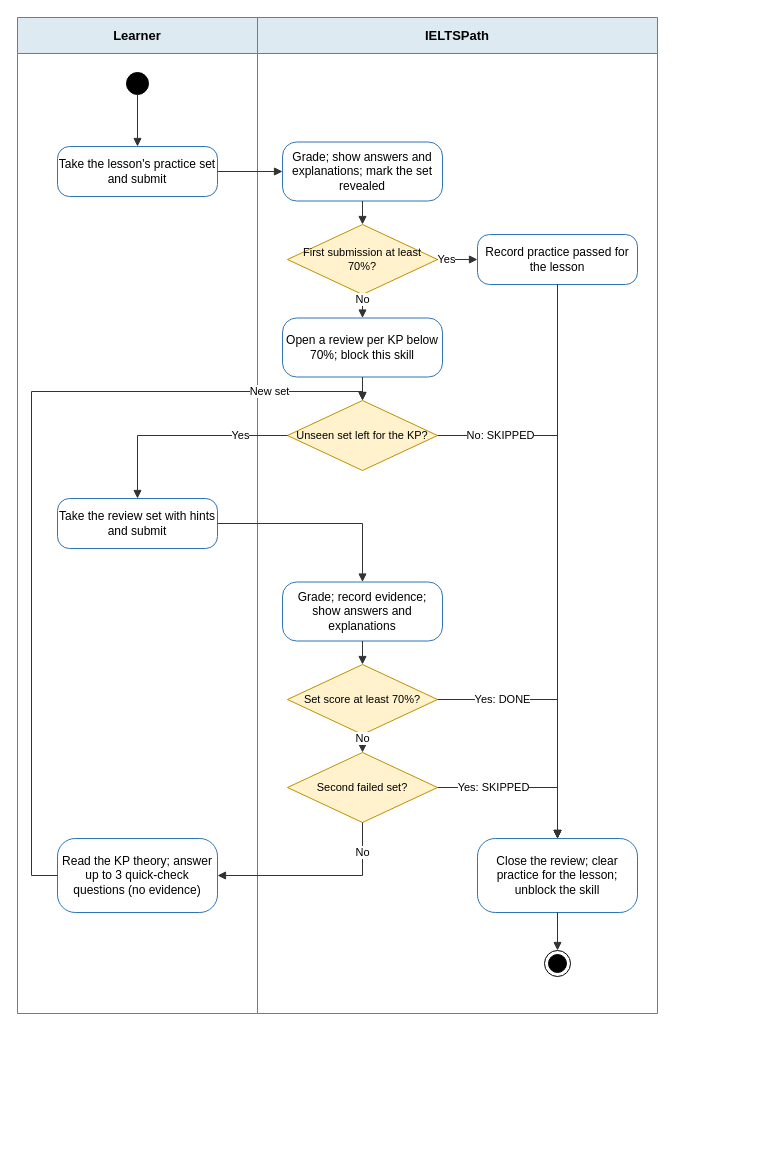
IeltsPath-Platform/backend keeps this draw.io diagram as capstone-docs/rp_3.0_system-requirements-system/diagram_script/part2-diagrams/IELTSPath_SC-03_ActivityDiagram.drawio. Above is the earlier version. Source tidied: cells renumbered, new cells numbered last; positions are measured from the earlier drawing's top-left corner, leaving out a move shared by most shapes. Both pictures are drawn from the tidied source at 100%, with x=0, y=0 at pixel (17, 17).
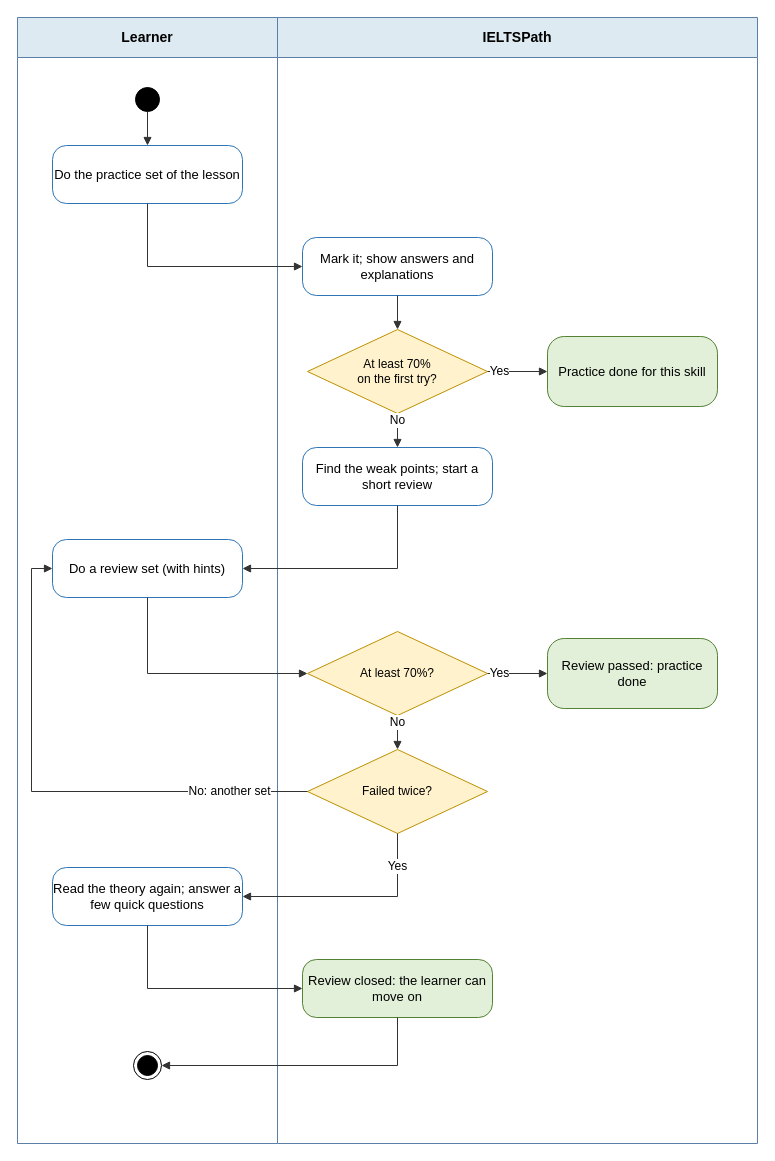
After the change.

Diff of the diagram source:
```diff
@@
-    <mxCell id="2" value="Learner" style="swimlane;startSize=36;html=1;whiteSpace=wrap;fillColor=#DEEAF1;strokeColor=#5B7FA6;fontStyle=1;fontSize=13;swimlaneFillColor=#FFFFFF;" parent="1" vertex="1">
-      <mxGeometry width="240" height="996" as="geometry" />
+    <mxCell id="2" value="Learner" style="swimlane;startSize=40;html=1;whiteSpace=wrap;fillColor=#DEEAF1;strokeColor=#5B7FA6;fontStyle=1;fontSize=14;swimlaneFillColor=#FFFFFF;" parent="1" vertex="1">
+      <mxGeometry width="260" height="1126" as="geometry" />
     </mxCell>
-    <mxCell id="3" value="IELTSPath" style="swimlane;startSize=36;html=1;whiteSpace=wrap;fillColor=#DEEAF1;strokeColor=#5B7FA6;fontStyle=1;fontSize=13;swimlaneFillColor=#FFFFFF;" parent="1" vertex="1">
-      <mxGeometry x="240" width="400" height="996" as="geometry" />
+    <mxCell id="3" value="IELTSPath" style="swimlane;startSize=40;html=1;whiteSpace=wrap;fillColor=#DEEAF1;strokeColor=#5B7FA6;fontStyle=1;fontSize=14;swimlaneFillColor=#FFFFFF;" parent="1" vertex="1">
+      <mxGeometry x="260" width="480" height="1126" as="geometry" />
     </mxCell>
-    <mxCell id="4" style="ellipse;html=1;fillColor=#000000;strokeColor=#000000;" parent="1" vertex="1">
-      <mxGeometry x="109" y="55" width="22" height="22" as="geometry" />
-    </mxCell>
+    <mxCell id="35" style="ellipse;html=1;fillColor=#000000;strokeColor=#000000;" parent="1" vertex="1">
+      <mxGeometry x="118" y="70" width="24" height="24" as="geometry" />
+    </mxCell>
-    <mxCell id="5" value="Take the lesson's practice set and submit" style="rounded=1;arcSize=24;whiteSpace=wrap;html=1;fillColor=#FFFFFF;strokeColor=#2E75B6;fontSize=12;" parent="1" vertex="1">
-      <mxGeometry x="40" y="129" width="160" height="50" as="geometry" />
+    <mxCell id="5" value="Do the practice set of the lesson" style="rounded=1;arcSize=24;whiteSpace=wrap;html=1;fillColor=#FFFFFF;strokeColor=#2E75B6;fontSize=13;" parent="1" vertex="1">
+      <mxGeometry x="35" y="128" width="190" height="58" as="geometry" />
     </mxCell>
-    <mxCell id="6" value="Grade; show answers and explanations; mark the set revealed" style="rounded=1;arcSize=24;whiteSpace=wrap;html=1;fillColor=#FFFFFF;strokeColor=#2E75B6;fontSize=12;" parent="1" vertex="1">
-      <mxGeometry x="265" y="124.5" width="160" height="59" as="geometry" />
+    <mxCell id="6" value="Mark it; show answers and explanations" style="rounded=1;arcSize=24;whiteSpace=wrap;html=1;fillColor=#FFFFFF;strokeColor=#2E75B6;fontSize=13;" parent="1" vertex="1">
+      <mxGeometry x="285" y="220" width="190" height="58" as="geometry" />
     </mxCell>
-    <mxCell id="7" value="First submission at least 70%?" style="rhombus;whiteSpace=wrap;html=1;fillColor=#FFF2CC;strokeColor=#BF9000;fontSize=11;" parent="1" vertex="1">
-      <mxGeometry x="270" y="207" width="150" height="70" as="geometry" />
-    </mxCell>
-    <mxCell id="8" value="Record practice passed for the lesson" style="rounded=1;arcSize=24;whiteSpace=wrap;html=1;fillColor=#FFFFFF;strokeColor=#2E75B6;fontSize=12;" parent="1" vertex="1">
-      <mxGeometry x="460" y="217" width="160" height="50" as="geometry" />
-    </mxCell>
+    <mxCell id="36" value="At least 70%&lt;br&gt;on the first try?" style="rhombus;whiteSpace=wrap;html=1;fillColor=#FFF2CC;strokeColor=#BF9000;fontSize=12;" parent="1" vertex="1">
+      <mxGeometry x="290" y="312" width="180" height="84" as="geometry" />
+    </mxCell>
+    <mxCell id="37" value="Practice done for this skill" style="rounded=1;arcSize=24;whiteSpace=wrap;html=1;fillColor=#E2F0D9;strokeColor=#548235;fontSize=13;" parent="1" vertex="1">
+      <mxGeometry x="530" y="319" width="170" height="70" as="geometry" />
+    </mxCell>
-    <mxCell id="9" value="Open a review per KP below 70%; block this skill" style="rounded=1;arcSize=24;whiteSpace=wrap;html=1;fillColor=#FFFFFF;strokeColor=#2E75B6;fontSize=12;" parent="1" vertex="1">
-      <mxGeometry x="265" y="300.5" width="160" height="59" as="geometry" />
+    <mxCell id="9" value="Find the weak points; start a short review" style="rounded=1;arcSize=24;whiteSpace=wrap;html=1;fillColor=#FFFFFF;strokeColor=#2E75B6;fontSize=13;" parent="1" vertex="1">
+      <mxGeometry x="285" y="430" width="190" height="58" as="geometry" />
     </mxCell>
-    <mxCell id="10" value="Unseen set left for the KP?" style="rhombus;whiteSpace=wrap;html=1;fillColor=#FFF2CC;strokeColor=#BF9000;fontSize=11;" parent="1" vertex="1">
-      <mxGeometry x="270" y="383" width="150" height="70" as="geometry" />
-    </mxCell>
-    <mxCell id="11" value="Take the review set with hints and submit" style="rounded=1;arcSize=24;whiteSpace=wrap;html=1;fillColor=#FFFFFF;strokeColor=#2E75B6;fontSize=12;" parent="1" vertex="1">
-      <mxGeometry x="40" y="481" width="160" height="50" as="geometry" />
+    <mxCell id="11" value="Do a review set (with hints)" style="rounded=1;arcSize=24;whiteSpace=wrap;html=1;fillColor=#FFFFFF;strokeColor=#2E75B6;fontSize=13;" parent="1" vertex="1">
+      <mxGeometry x="35" y="522" width="190" height="58" as="geometry" />
     </mxCell>
+    <mxCell id="38" value="At least 70%?" style="rhombus;whiteSpace=wrap;html=1;fillColor=#FFF2CC;strokeColor=#BF9000;fontSize=12;" parent="1" vertex="1">
+      <mxGeometry x="290" y="614" width="180" height="84" as="geometry" />
+    </mxCell>
+    <mxCell id="39" value="Review passed: practice done" style="rounded=1;arcSize=24;whiteSpace=wrap;html=1;fillColor=#E2F0D9;strokeColor=#548235;fontSize=13;" parent="1" vertex="1">
+      <mxGeometry x="530" y="621" width="170" height="70" as="geometry" />
+    </mxCell>
+    <mxCell id="40" value="Failed twice?" style="rhombus;whiteSpace=wrap;html=1;fillColor=#FFF2CC;strokeColor=#BF9000;fontSize=12;" parent="1" vertex="1">
+      <mxGeometry x="290" y="732" width="180" height="84" as="geometry" />
+    </mxCell>
-    <mxCell id="12" value="Grade; record evidence; show answers and explanations" style="rounded=1;arcSize=24;whiteSpace=wrap;html=1;fillColor=#FFFFFF;strokeColor=#2E75B6;fontSize=12;" parent="1" vertex="1">
-      <mxGeometry x="265" y="564.5" width="160" height="59" as="geometry" />
+    <mxCell id="12" value="Read the theory again; answer a few quick questions" style="rounded=1;arcSize=24;whiteSpace=wrap;html=1;fillColor=#FFFFFF;strokeColor=#2E75B6;fontSize=13;" parent="1" vertex="1">
+      <mxGeometry x="35" y="850" width="190" height="58" as="geometry" />
     </mxCell>
-    <mxCell id="13" value="Set score at least 70%?" style="rhombus;whiteSpace=wrap;html=1;fillColor=#FFF2CC;strokeColor=#BF9000;fontSize=11;" parent="1" vertex="1">
-      <mxGeometry x="270" y="647" width="150" height="70" as="geometry" />
-    </mxCell>
-    <mxCell id="14" value="Second failed set?" style="rhombus;whiteSpace=wrap;html=1;fillColor=#FFF2CC;strokeColor=#BF9000;fontSize=11;" parent="1" vertex="1">
-      <mxGeometry x="270" y="735" width="150" height="70" as="geometry" />
-    </mxCell>
-    <mxCell id="15" value="Read the KP theory; answer up to 3 quick-check questions (no evidence)" style="rounded=1;arcSize=24;whiteSpace=wrap;html=1;fillColor=#FFFFFF;strokeColor=#2E75B6;fontSize=12;" parent="1" vertex="1">
-      <mxGeometry x="40" y="821" width="160" height="74" as="geometry" />
+    <mxCell id="15" value="Review closed: the learner can move on" style="rounded=1;arcSize=24;whiteSpace=wrap;html=1;fillColor=#E2F0D9;strokeColor=#548235;fontSize=13;" parent="1" vertex="1">
+      <mxGeometry x="285" y="942" width="190" height="58" as="geometry" />
     </mxCell>
-    <mxCell id="16" value="Close the review; clear practice for the lesson; unblock the skill" style="rounded=1;arcSize=24;whiteSpace=wrap;html=1;fillColor=#FFFFFF;strokeColor=#2E75B6;fontSize=12;" parent="1" vertex="1">
-      <mxGeometry x="460" y="821" width="160" height="74" as="geometry" />
-    </mxCell>
     <mxCell id="17" style="ellipse;html=1;shape=endState;fillColor=#000000;strokeColor=#000000;" parent="1" vertex="1">
-      <mxGeometry x="527" y="933" width="26" height="26" as="geometry" />
+      <mxGeometry x="116" y="1034" width="28" height="28" as="geometry" />
     </mxCell>
-    <mxCell id="18" style="edgeStyle=none;rounded=0;html=1;endArrow=block;endFill=1;strokeColor=#333333;fontSize=11;labelBackgroundColor=#FFFFFF;exitX=0.500;exitY=1.000;exitDx=0;exitDy=0;entryX=0.500;entryY=0.000;entryDx=0;entryDy=0;" parent="1" edge="1" source="4" target="5">
-      <mxGeometry relative="1" as="geometry" />
-    </mxCell>
+    <mxCell id="41" style="edgeStyle=none;rounded=0;html=1;endArrow=block;endFill=1;strokeColor=#333333;fontSize=12;labelBackgroundColor=#FFFFFF;" parent="1" edge="1" source="35" target="5">
+      <mxGeometry relative="1" as="geometry" />
+    </mxCell>
-    <mxCell id="19" style="edgeStyle=none;rounded=0;html=1;endArrow=block;endFill=1;strokeColor=#333333;fontSize=11;labelBackgroundColor=#FFFFFF;exitX=1.000;exitY=0.500;exitDx=0;exitDy=0;entryX=0.000;entryY=0.500;entryDx=0;entryDy=0;" parent="1" edge="1" source="5" target="6">
-      <mxGeometry relative="1" as="geometry" />
+    <mxCell id="19" style="edgeStyle=none;rounded=0;html=1;endArrow=block;endFill=1;strokeColor=#333333;fontSize=12;labelBackgroundColor=#FFFFFF;" parent="1" edge="1" source="5" target="6">
+      <mxGeometry relative="1" as="geometry">
+        <Array as="points">
+          <mxPoint x="130" y="249" />
+        </Array>
+      </mxGeometry>
     </mxCell>
-    <mxCell id="20" style="edgeStyle=none;rounded=0;html=1;endArrow=block;endFill=1;strokeColor=#333333;fontSize=11;labelBackgroundColor=#FFFFFF;exitX=0.500;exitY=1.000;exitDx=0;exitDy=0;entryX=0.500;entryY=0.000;entryDx=0;entryDy=0;" parent="1" edge="1" source="6" target="7">
-      <mxGeometry relative="1" as="geometry" />
-    </mxCell>
-    <mxCell id="21" value="Yes" style="edgeStyle=none;rounded=0;html=1;endArrow=block;endFill=1;strokeColor=#333333;fontSize=11;labelBackgroundColor=#FFFFFF;exitX=1.000;exitY=0.500;exitDx=0;exitDy=0;entryX=0.000;entryY=0.500;entryDx=0;entryDy=0;" parent="1" edge="1" source="7" target="8">
-      <mxGeometry x="-0.56" relative="1" as="geometry" />
-    </mxCell>
-    <mxCell id="22" style="edgeStyle=none;rounded=0;html=1;endArrow=block;endFill=1;strokeColor=#333333;fontSize=11;labelBackgroundColor=#FFFFFF;exitX=0.500;exitY=1.000;exitDx=0;exitDy=0;entryX=0.500;entryY=0.000;entryDx=0;entryDy=0;" parent="1" edge="1" source="8" target="16">
-      <mxGeometry relative="1" as="geometry" />
-    </mxCell>
-    <mxCell id="23" value="No" style="edgeStyle=none;rounded=0;html=1;endArrow=block;endFill=1;strokeColor=#333333;fontSize=11;labelBackgroundColor=#FFFFFF;exitX=0.500;exitY=1.000;exitDx=0;exitDy=0;entryX=0.500;entryY=0.000;entryDx=0;entryDy=0;" parent="1" edge="1" source="7" target="9">
-      <mxGeometry x="-0.56" relative="1" as="geometry" />
-    </mxCell>
-    <mxCell id="24" style="edgeStyle=none;rounded=0;html=1;endArrow=block;endFill=1;strokeColor=#333333;fontSize=11;labelBackgroundColor=#FFFFFF;exitX=0.500;exitY=1.000;exitDx=0;exitDy=0;entryX=0.500;entryY=0.000;entryDx=0;entryDy=0;" parent="1" edge="1" source="9" target="10">
-      <mxGeometry relative="1" as="geometry" />
-    </mxCell>
-    <mxCell id="25" value="No: SKIPPED" style="edgeStyle=none;rounded=0;html=1;endArrow=block;endFill=1;strokeColor=#333333;fontSize=11;labelBackgroundColor=#FFFFFF;exitX=1.000;exitY=0.500;exitDx=0;exitDy=0;entryX=0.500;entryY=0.000;entryDx=0;entryDy=0;" parent="1" edge="1" source="10" target="16">
-      <mxGeometry x="-0.76" relative="1" as="geometry">
-        <Array as="points">
-          <mxPoint x="540" y="418" />
-        </Array>
-      </mxGeometry>
-    </mxCell>
-    <mxCell id="26" value="Yes" style="edgeStyle=none;rounded=0;html=1;endArrow=block;endFill=1;strokeColor=#333333;fontSize=11;labelBackgroundColor=#FFFFFF;exitX=0.000;exitY=0.500;exitDx=0;exitDy=0;entryX=0.500;entryY=0.000;entryDx=0;entryDy=0;" parent="1" edge="1" source="10" target="11">
-      <mxGeometry x="-0.56" relative="1" as="geometry">
-        <Array as="points">
-          <mxPoint x="120" y="418" />
-        </Array>
-      </mxGeometry>
-    </mxCell>
-    <mxCell id="27" style="edgeStyle=none;rounded=0;html=1;endArrow=block;endFill=1;strokeColor=#333333;fontSize=11;labelBackgroundColor=#FFFFFF;exitX=1.000;exitY=0.500;exitDx=0;exitDy=0;entryX=0.500;entryY=0.000;entryDx=0;entryDy=0;" parent="1" edge="1" source="11" target="12">
-      <mxGeometry relative="1" as="geometry">
-        <Array as="points">
-          <mxPoint x="345" y="506" />
-        </Array>
-      </mxGeometry>
-    </mxCell>
-    <mxCell id="28" style="edgeStyle=none;rounded=0;html=1;endArrow=block;endFill=1;strokeColor=#333333;fontSize=11;labelBackgroundColor=#FFFFFF;exitX=0.500;exitY=1.000;exitDx=0;exitDy=0;entryX=0.500;entryY=0.000;entryDx=0;entryDy=0;" parent="1" edge="1" source="12" target="13">
-      <mxGeometry relative="1" as="geometry" />
-    </mxCell>
-    <mxCell id="29" value="Yes: DONE" style="edgeStyle=none;rounded=0;html=1;endArrow=block;endFill=1;strokeColor=#333333;fontSize=11;labelBackgroundColor=#FFFFFF;exitX=1.000;exitY=0.500;exitDx=0;exitDy=0;entryX=0.500;entryY=0.000;entryDx=0;entryDy=0;" parent="1" edge="1" source="13" target="16">
-      <mxGeometry x="-0.5" relative="1" as="geometry">
-        <Array as="points">
-          <mxPoint x="540" y="682" />
-        </Array>
-      </mxGeometry>
-    </mxCell>
-    <mxCell id="30" value="No" style="edgeStyle=none;rounded=0;html=1;endArrow=block;endFill=1;strokeColor=#333333;fontSize=11;labelBackgroundColor=#FFFFFF;exitX=0.500;exitY=1.000;exitDx=0;exitDy=0;entryX=0.500;entryY=0.000;entryDx=0;entryDy=0;" parent="1" edge="1" source="13" target="14">
-      <mxGeometry x="-0.56" relative="1" as="geometry" />
-    </mxCell>
-    <mxCell id="31" value="Yes: SKIPPED" style="edgeStyle=none;rounded=0;html=1;endArrow=block;endFill=1;strokeColor=#333333;fontSize=11;labelBackgroundColor=#FFFFFF;exitX=1.000;exitY=0.500;exitDx=0;exitDy=0;entryX=0.500;entryY=0.000;entryDx=0;entryDy=0;" parent="1" edge="1" source="14" target="16">
-      <mxGeometry x="-0.34" relative="1" as="geometry">
-        <Array as="points">
-          <mxPoint x="540" y="770" />
-        </Array>
-      </mxGeometry>
-    </mxCell>
-    <mxCell id="32" value="No" style="edgeStyle=none;rounded=0;html=1;endArrow=block;endFill=1;strokeColor=#333333;fontSize=11;labelBackgroundColor=#FFFFFF;exitX=0.500;exitY=1.000;exitDx=0;exitDy=0;entryX=1.000;entryY=0.500;entryDx=0;entryDy=0;" parent="1" edge="1" source="14" target="15">
-      <mxGeometry x="-0.7" relative="1" as="geometry">
-        <Array as="points">
-          <mxPoint x="345" y="858" />
-        </Array>
-      </mxGeometry>
-    </mxCell>
-    <mxCell id="33" value="New set" style="edgeStyle=none;rounded=0;html=1;endArrow=block;endFill=1;strokeColor=#333333;fontSize=11;labelBackgroundColor=#FFFFFF;exitX=0.000;exitY=0.500;exitDx=0;exitDy=0;entryX=0.500;entryY=0.000;entryDx=0;entryDy=0;" parent="1" edge="1" source="15" target="10">
-      <mxGeometry x="0.76" relative="1" as="geometry">
-        <Array as="points">
-          <mxPoint x="14" y="858" />
-          <mxPoint x="14" y="374" />
-          <mxPoint x="345" y="374" />
-        </Array>
-      </mxGeometry>
-    </mxCell>
-    <mxCell id="34" style="edgeStyle=none;rounded=0;html=1;endArrow=block;endFill=1;strokeColor=#333333;fontSize=11;labelBackgroundColor=#FFFFFF;exitX=0.500;exitY=1.000;exitDx=0;exitDy=0;entryX=0.500;entryY=0.000;entryDx=0;entryDy=0;" parent="1" edge="1" source="16" target="17">
-      <mxGeometry relative="1" as="geometry" />
-    </mxCell>
+    <mxCell id="42" style="edgeStyle=none;rounded=0;html=1;endArrow=block;endFill=1;strokeColor=#333333;fontSize=12;labelBackgroundColor=#FFFFFF;" parent="1" edge="1" source="6" target="36">
+      <mxGeometry relative="1" as="geometry" />
+    </mxCell>
+    <mxCell id="43" value="Yes" style="edgeStyle=none;rounded=0;html=1;endArrow=block;endFill=1;strokeColor=#333333;fontSize=12;labelBackgroundColor=#FFFFFF;" parent="1" edge="1" source="36" target="37">
+      <mxGeometry x="-0.6" relative="1" as="geometry" />
+    </mxCell>
+    <mxCell id="44" value="No" style="edgeStyle=none;rounded=0;html=1;endArrow=block;endFill=1;strokeColor=#333333;fontSize=12;labelBackgroundColor=#FFFFFF;" parent="1" edge="1" source="36" target="9">
+      <mxGeometry x="-0.6" relative="1" as="geometry" />
+    </mxCell>
+    <mxCell id="45" style="edgeStyle=none;rounded=0;html=1;endArrow=block;endFill=1;strokeColor=#333333;fontSize=12;labelBackgroundColor=#FFFFFF;" parent="1" edge="1" source="9" target="11">
+      <mxGeometry relative="1" as="geometry">
+        <Array as="points">
+          <mxPoint x="380" y="551" />
+        </Array>
+      </mxGeometry>
+    </mxCell>
+    <mxCell id="46" style="edgeStyle=none;rounded=0;html=1;endArrow=block;endFill=1;strokeColor=#333333;fontSize=12;labelBackgroundColor=#FFFFFF;" parent="1" edge="1" source="11" target="38">
+      <mxGeometry relative="1" as="geometry">
+        <Array as="points">
+          <mxPoint x="130" y="656" />
+        </Array>
+      </mxGeometry>
+    </mxCell>
+    <mxCell id="47" value="Yes" style="edgeStyle=none;rounded=0;html=1;endArrow=block;endFill=1;strokeColor=#333333;fontSize=12;labelBackgroundColor=#FFFFFF;" parent="1" edge="1" source="38" target="39">
+      <mxGeometry x="-0.6" relative="1" as="geometry" />
+    </mxCell>
+    <mxCell id="48" value="No" style="edgeStyle=none;rounded=0;html=1;endArrow=block;endFill=1;strokeColor=#333333;fontSize=12;labelBackgroundColor=#FFFFFF;" parent="1" edge="1" source="38" target="40">
+      <mxGeometry x="-0.6" relative="1" as="geometry" />
+    </mxCell>
+    <mxCell id="49" value="No: another set" style="edgeStyle=none;rounded=0;html=1;endArrow=block;endFill=1;strokeColor=#333333;fontSize=12;labelBackgroundColor=#FFFFFF;" parent="1" edge="1" source="40" target="11">
+      <mxGeometry x="-0.7" relative="1" as="geometry">
+        <Array as="points">
+          <mxPoint x="14" y="774" />
+          <mxPoint x="14" y="551" />
+        </Array>
+      </mxGeometry>
+    </mxCell>
+    <mxCell id="50" value="Yes" style="edgeStyle=none;rounded=0;html=1;endArrow=block;endFill=1;strokeColor=#333333;fontSize=12;labelBackgroundColor=#FFFFFF;" parent="1" edge="1" source="40" target="12">
+      <mxGeometry x="-0.7" relative="1" as="geometry">
+        <Array as="points">
+          <mxPoint x="380" y="879" />
+        </Array>
+      </mxGeometry>
+    </mxCell>
+    <mxCell id="51" style="edgeStyle=none;rounded=0;html=1;endArrow=block;endFill=1;strokeColor=#333333;fontSize=12;labelBackgroundColor=#FFFFFF;" parent="1" edge="1" source="12" target="15">
+      <mxGeometry relative="1" as="geometry">
+        <Array as="points">
+          <mxPoint x="130" y="971" />
+        </Array>
+      </mxGeometry>
+    </mxCell>
+    <mxCell id="52" style="edgeStyle=none;rounded=0;html=1;endArrow=block;endFill=1;strokeColor=#333333;fontSize=12;labelBackgroundColor=#FFFFFF;" parent="1" edge="1" source="15" target="17">
+      <mxGeometry relative="1" as="geometry">
+        <Array as="points">
+          <mxPoint x="380" y="1048" />
+        </Array>
+      </mxGeometry>
+    </mxCell>
```
